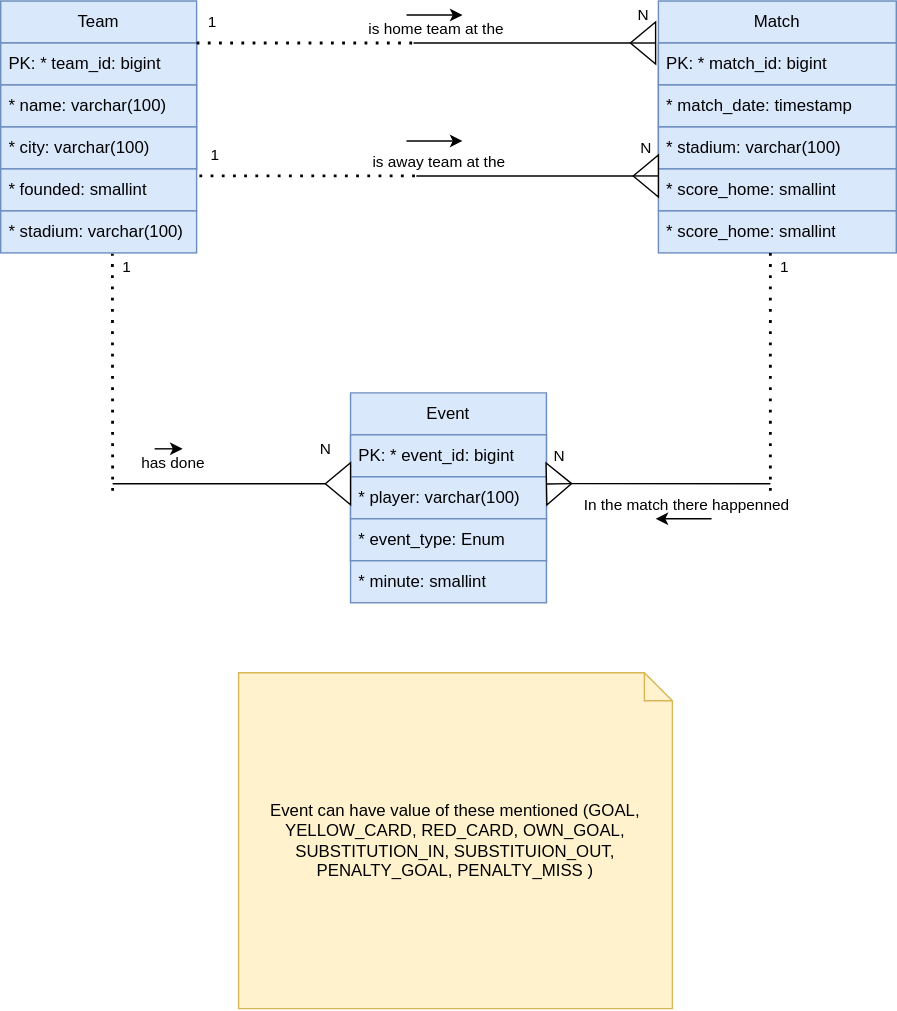
Before: database_model.svg, a diagram exported from draw.io (Dejf-dev/Livesport-Central-Data-Storage). Source tidied: cells renumbered, new cells last; positions are measured from the earlier drawing's top-left corner, leaving out a move shared by most shapes. Its diagram source:
```xml
<mxGraphModel>
  <root>
    <mxCell id="0" />
    <mxCell id="1" parent="0" />
    <mxCell id="2" value="Team" style="swimlane;fontStyle=0;horizontal=1;startSize=30;whiteSpace=wrap;html=1;fillColor=#dae8fc;strokeColor=#6c8ebf;" parent="1" vertex="1">
      <mxGeometry width="140" height="120" as="geometry" />
    </mxCell>
    <mxCell id="3" value="PK: * team_id: bigint" style="text;strokeColor=#6c8ebf;fillColor=#dae8fc;align=left;verticalAlign=middle;spacingLeft=4;spacingRight=4;overflow=hidden;whiteSpace=wrap;html=1;" parent="2" vertex="1">
      <mxGeometry y="30" width="140" height="30" as="geometry" />
    </mxCell>
    <mxCell id="4" value="* name: varchar(100)" style="text;strokeColor=#6c8ebf;fillColor=#dae8fc;align=left;verticalAlign=middle;spacingLeft=4;spacingRight=4;overflow=hidden;whiteSpace=wrap;html=1;" parent="2" vertex="1">
      <mxGeometry y="60" width="140" height="30" as="geometry" />
    </mxCell>
    <mxCell id="5" value="* city: varchar(100)" style="text;strokeColor=#6c8ebf;fillColor=#dae8fc;align=left;verticalAlign=middle;spacingLeft=4;spacingRight=4;overflow=hidden;whiteSpace=wrap;html=1;" parent="2" vertex="1">
      <mxGeometry y="90" width="140" height="30" as="geometry" />
    </mxCell>
    <mxCell id="6" value="Match" style="swimlane;fontStyle=0;horizontal=1;startSize=30;whiteSpace=wrap;html=1;fillColor=#dae8fc;strokeColor=#6c8ebf;" parent="1" vertex="1">
      <mxGeometry x="470" width="170" height="120" as="geometry" />
    </mxCell>
    <mxCell id="7" value="PK: * match_id: bigint" style="text;strokeColor=#6c8ebf;fillColor=#dae8fc;align=left;verticalAlign=middle;spacingLeft=4;spacingRight=4;overflow=hidden;whiteSpace=wrap;html=1;" parent="6" vertex="1">
      <mxGeometry y="30" width="170" height="30" as="geometry" />
    </mxCell>
    <mxCell id="8" value="* match_date: timestamp" style="text;strokeColor=#6c8ebf;fillColor=#dae8fc;align=left;verticalAlign=middle;spacingLeft=4;spacingRight=4;overflow=hidden;whiteSpace=wrap;html=1;" parent="6" vertex="1">
      <mxGeometry y="60" width="170" height="30" as="geometry" />
    </mxCell>
    <mxCell id="9" value="* stadium: varchar(100)" style="text;strokeColor=#6c8ebf;fillColor=#dae8fc;align=left;verticalAlign=middle;spacingLeft=4;spacingRight=4;overflow=hidden;whiteSpace=wrap;html=1;" parent="6" vertex="1">
      <mxGeometry y="90" width="170" height="30" as="geometry" />
    </mxCell>
    <mxCell id="10" value="Event" style="swimlane;fontStyle=0;horizontal=1;startSize=30;whiteSpace=wrap;html=1;fillColor=#dae8fc;strokeColor=#6c8ebf;" parent="1" vertex="1">
      <mxGeometry x="250" y="280" width="140" height="120" as="geometry" />
    </mxCell>
    <mxCell id="11" value="PK: * event_id: bigint" style="text;strokeColor=#6c8ebf;fillColor=#dae8fc;align=left;verticalAlign=middle;spacingLeft=4;spacingRight=4;overflow=hidden;whiteSpace=wrap;html=1;" parent="10" vertex="1">
      <mxGeometry y="30" width="140" height="30" as="geometry" />
    </mxCell>
    <mxCell id="12" value="* player: varchar(100)" style="text;strokeColor=#6c8ebf;fillColor=#dae8fc;align=left;verticalAlign=middle;spacingLeft=4;spacingRight=4;overflow=hidden;whiteSpace=wrap;html=1;" parent="10" vertex="1">
      <mxGeometry y="60" width="140" height="30" as="geometry" />
    </mxCell>
    <mxCell id="13" value="* event_type: Enum" style="text;strokeColor=#6c8ebf;fillColor=#dae8fc;align=left;verticalAlign=middle;spacingLeft=4;spacingRight=4;overflow=hidden;whiteSpace=wrap;html=1;" parent="10" vertex="1">
      <mxGeometry y="90" width="140" height="30" as="geometry" />
    </mxCell>
    <mxCell id="14" value="* founded: smallint" style="text;strokeColor=#6c8ebf;fillColor=#dae8fc;align=left;verticalAlign=middle;spacingLeft=4;spacingRight=4;overflow=hidden;whiteSpace=wrap;html=1;" parent="1" vertex="1">
      <mxGeometry y="120" width="140" height="30" as="geometry" />
    </mxCell>
    <mxCell id="15" value="* stadium: varchar(100)" style="text;strokeColor=#6c8ebf;fillColor=#dae8fc;align=left;verticalAlign=middle;spacingLeft=4;spacingRight=4;overflow=hidden;points=[[0,0.5],[1,0.5]];portConstraint=eastwest;whiteSpace=wrap;html=1;" parent="1" vertex="1">
      <mxGeometry y="150" width="140" height="30" as="geometry" />
    </mxCell>
    <mxCell id="16" value="* score_home: smallint" style="text;strokeColor=#6c8ebf;fillColor=#dae8fc;align=left;verticalAlign=middle;spacingLeft=4;spacingRight=4;overflow=hidden;whiteSpace=wrap;html=1;" parent="1" vertex="1">
      <mxGeometry x="470" y="120" width="170" height="30" as="geometry" />
    </mxCell>
    <mxCell id="17" value="* score_home: smallint" style="text;strokeColor=#6c8ebf;fillColor=#dae8fc;align=left;verticalAlign=middle;spacingLeft=4;spacingRight=4;overflow=hidden;whiteSpace=wrap;html=1;" parent="1" vertex="1">
      <mxGeometry x="470" y="150" width="170" height="30" as="geometry" />
    </mxCell>
    <mxCell id="18" value="* minute: smallint" style="text;strokeColor=#6c8ebf;fillColor=#dae8fc;align=left;verticalAlign=middle;spacingLeft=4;spacingRight=4;overflow=hidden;whiteSpace=wrap;html=1;" parent="1" vertex="1">
      <mxGeometry x="250" y="400" width="140" height="30" as="geometry" />
    </mxCell>
    <mxCell id="19" value="Event can have value of these mentioned (&lt;span style=&quot;text-align: left;&quot;&gt;GOAL, YELLOW_CARD, RED_CARD, OWN_GOAL, SUBSTITUTION_IN, SUBSTITUION_OUT, PENALTY_GOAL, PENALTY_MISS&amp;nbsp;&lt;/span&gt;)" style="shape=note;size=20;whiteSpace=wrap;html=1;fillColor=#fff2cc;strokeColor=#d6b656;" parent="1" vertex="1">
      <mxGeometry x="170" y="480" width="310" height="240" as="geometry" />
    </mxCell>
    <mxCell id="20" style="group;" parent="1" vertex="1">
      <mxGeometry x="140" y="30" width="310" as="geometry" />
    </mxCell>
    <mxCell id="21" style="endArrow=none;dashed=1;html=1;dashPattern=1 3;strokeWidth=2;rounded=0;" parent="20" edge="1">
      <mxGeometry relative="1" as="geometry">
        <mxPoint as="sourcePoint" />
        <mxPoint x="155" as="targetPoint" />
      </mxGeometry>
    </mxCell>
    <mxCell id="22" value="1" style="edgeLabel;html=1;align=center;verticalAlign=middle;" parent="21" vertex="1">
      <mxGeometry x="-0.7" y="-1" relative="1" as="geometry">
        <mxPoint x="-13" y="-16" as="offset" />
      </mxGeometry>
    </mxCell>
    <mxCell id="23" style="endArrow=none;html=1;rounded=0;" parent="20" edge="1">
      <mxGeometry relative="1" as="geometry">
        <mxPoint x="155" as="sourcePoint" />
        <mxPoint x="310" as="targetPoint" />
      </mxGeometry>
    </mxCell>
    <mxCell id="24" value="N" style="edgeLabel;html=1;align=center;verticalAlign=middle;" parent="23" vertex="1">
      <mxGeometry x="0.67" y="2" relative="1" as="geometry">
        <mxPoint x="34" y="-18" as="offset" />
      </mxGeometry>
    </mxCell>
    <mxCell id="25" value="is home team at the" style="edgeLabel;html=1;align=center;verticalAlign=middle;" parent="23" vertex="1">
      <mxGeometry x="-0.69" y="-1" relative="1" as="geometry">
        <mxPoint x="-9" y="-11" as="offset" />
      </mxGeometry>
    </mxCell>
    <mxCell id="26" style="group;rotation=-180;" parent="1" vertex="1">
      <mxGeometry x="450" y="15" width="18" height="30" as="geometry" />
    </mxCell>
    <mxCell id="27" style="triangle;whiteSpace=wrap;html=1;rotation=-180;" parent="26" vertex="1">
      <mxGeometry width="18" height="30" as="geometry" />
    </mxCell>
    <mxCell id="28" style="endArrow=none;html=1;rounded=0;entryX=1;entryY=0.5;entryDx=0;entryDy=0;exitX=0;exitY=0.5;exitDx=0;exitDy=0;" parent="26" edge="1" source="27" target="27">
      <mxGeometry relative="1" as="geometry" />
    </mxCell>
    <mxCell id="29" style="endArrow=none;dashed=1;html=1;dashPattern=1 3;strokeWidth=2;rounded=0;" parent="1" edge="1">
      <mxGeometry relative="1" as="geometry">
        <mxPoint x="142" y="125" as="sourcePoint" />
        <mxPoint x="297" y="125" as="targetPoint" />
      </mxGeometry>
    </mxCell>
    <mxCell id="30" value="1" style="edgeLabel;html=1;align=center;verticalAlign=middle;" parent="29" vertex="1">
      <mxGeometry x="-0.7" y="-1" relative="1" as="geometry">
        <mxPoint x="-13" y="-16" as="offset" />
      </mxGeometry>
    </mxCell>
    <mxCell id="31" style="endArrow=none;html=1;rounded=0;" parent="1" edge="1">
      <mxGeometry relative="1" as="geometry">
        <mxPoint x="297" y="125" as="sourcePoint" />
        <mxPoint x="452" y="125" as="targetPoint" />
      </mxGeometry>
    </mxCell>
    <mxCell id="32" value="N" style="edgeLabel;html=1;align=center;verticalAlign=middle;" parent="31" vertex="1">
      <mxGeometry x="0.67" y="2" relative="1" as="geometry">
        <mxPoint x="34" y="-18" as="offset" />
      </mxGeometry>
    </mxCell>
    <mxCell id="33" value="is away team at the" style="edgeLabel;html=1;align=center;verticalAlign=middle;" parent="31" vertex="1">
      <mxGeometry x="-0.69" y="-1" relative="1" as="geometry">
        <mxPoint x="-9" y="-11" as="offset" />
      </mxGeometry>
    </mxCell>
    <mxCell id="34" style="group;rotation=-180;" parent="1" vertex="1">
      <mxGeometry x="452" y="110" width="18" height="30" as="geometry" />
    </mxCell>
    <mxCell id="35" style="triangle;whiteSpace=wrap;html=1;rotation=-180;" parent="34" vertex="1">
      <mxGeometry width="18" height="30" as="geometry" />
    </mxCell>
    <mxCell id="36" style="endArrow=none;html=1;rounded=0;entryX=1;entryY=0.5;entryDx=0;entryDy=0;exitX=0;exitY=0.5;exitDx=0;exitDy=0;" parent="34" edge="1" source="35" target="35">
      <mxGeometry relative="1" as="geometry" />
    </mxCell>
    <mxCell id="37" style="endArrow=none;dashed=1;html=1;dashPattern=1 3;strokeWidth=2;rounded=0;" parent="1" edge="1">
      <mxGeometry relative="1" as="geometry">
        <mxPoint x="550" y="180" as="sourcePoint" />
        <mxPoint x="550" y="350" as="targetPoint" />
      </mxGeometry>
    </mxCell>
    <mxCell id="38" value="1" style="edgeLabel;html=1;align=center;verticalAlign=middle;" parent="37" vertex="1">
      <mxGeometry x="-0.18" y="1" relative="1" as="geometry">
        <mxPoint x="9" y="-60" as="offset" />
      </mxGeometry>
    </mxCell>
    <mxCell id="39" style="endArrow=none;html=1;rounded=0;entryX=1;entryY=0.5;entryDx=0;entryDy=0;" parent="1" edge="1" target="42">
      <mxGeometry relative="1" as="geometry">
        <mxPoint x="550" y="345" as="sourcePoint" />
      </mxGeometry>
    </mxCell>
    <mxCell id="40" value="N" style="edgeLabel;html=1;align=center;verticalAlign=middle;" parent="39" vertex="1">
      <mxGeometry x="0.82" relative="1" as="geometry">
        <mxPoint x="-22" y="-20" as="offset" />
      </mxGeometry>
    </mxCell>
    <mxCell id="41" value="In the match there happenned" style="edgeLabel;html=1;align=center;verticalAlign=middle;" parent="39" vertex="1">
      <mxGeometry x="-0.36" y="1" relative="1" as="geometry">
        <mxPoint x="-15" y="14" as="offset" />
      </mxGeometry>
    </mxCell>
    <mxCell id="42" style="triangle;whiteSpace=wrap;html=1;rotation=-1;" parent="1" vertex="1">
      <mxGeometry x="390" y="330" width="18" height="30" as="geometry" />
    </mxCell>
    <mxCell id="43" style="endArrow=none;html=1;rounded=0;entryX=1;entryY=0.5;entryDx=0;entryDy=0;exitX=0;exitY=0.5;exitDx=0;exitDy=0;" parent="1" edge="1" source="42" target="42">
      <mxGeometry relative="1" as="geometry" />
    </mxCell>
    <mxCell id="44" style="triangle;whiteSpace=wrap;html=1;rotation=-180;" parent="1" vertex="1">
      <mxGeometry x="232" y="330" width="18" height="30" as="geometry" />
    </mxCell>
    <mxCell id="45" style="endArrow=none;html=1;rounded=0;entryX=1;entryY=0.5;entryDx=0;entryDy=0;" parent="1" edge="1" target="44">
      <mxGeometry relative="1" as="geometry">
        <mxPoint x="80" y="345" as="sourcePoint" />
      </mxGeometry>
    </mxCell>
    <mxCell id="46" value="N" style="edgeLabel;html=1;align=center;verticalAlign=middle;" parent="45" vertex="1">
      <mxGeometry x="0.51" y="-2" relative="1" as="geometry">
        <mxPoint x="37" y="-27" as="offset" />
      </mxGeometry>
    </mxCell>
    <mxCell id="47" value="has done" style="edgeLabel;html=1;align=center;verticalAlign=middle;" parent="45" vertex="1">
      <mxGeometry x="-0.44" relative="1" as="geometry">
        <mxPoint y="-15" as="offset" />
      </mxGeometry>
    </mxCell>
    <mxCell id="48" style="endArrow=none;dashed=1;html=1;dashPattern=1 3;strokeWidth=2;rounded=0;entryX=0.57;entryY=1.019;entryDx=0;entryDy=0;entryPerimeter=0;" parent="1" edge="1" target="15">
      <mxGeometry relative="1" as="geometry">
        <mxPoint x="80" y="350" as="sourcePoint" />
      </mxGeometry>
    </mxCell>
    <mxCell id="49" value="1" style="edgeLabel;html=1;align=center;verticalAlign=middle;" parent="48" vertex="1">
      <mxGeometry x="0.75" y="-1" relative="1" as="geometry">
        <mxPoint x="9" y="-12" as="offset" />
      </mxGeometry>
    </mxCell>
    <mxCell id="50" style="endArrow=classic;html=1;rounded=0;" parent="1" edge="1">
      <mxGeometry relative="1" as="geometry">
        <mxPoint x="290" y="10" as="sourcePoint" />
        <mxPoint x="330" y="10" as="targetPoint" />
      </mxGeometry>
    </mxCell>
    <mxCell id="51" style="endArrow=classic;html=1;rounded=0;" parent="1" edge="1">
      <mxGeometry relative="1" as="geometry">
        <mxPoint x="290" y="100" as="sourcePoint" />
        <mxPoint x="330" y="100" as="targetPoint" />
      </mxGeometry>
    </mxCell>
    <mxCell id="52" style="endArrow=classic;html=1;rounded=0;" parent="1" edge="1">
      <mxGeometry relative="1" as="geometry">
        <mxPoint x="110" y="320" as="sourcePoint" />
        <mxPoint x="130" y="320" as="targetPoint" />
      </mxGeometry>
    </mxCell>
    <mxCell id="53" style="endArrow=classic;html=1;rounded=0;" parent="1" edge="1">
      <mxGeometry relative="1" as="geometry">
        <mxPoint x="508" y="370" as="sourcePoint" />
        <mxPoint x="468" y="370" as="targetPoint" />
      </mxGeometry>
    </mxCell>
  </root>
</mxGraphModel>
```
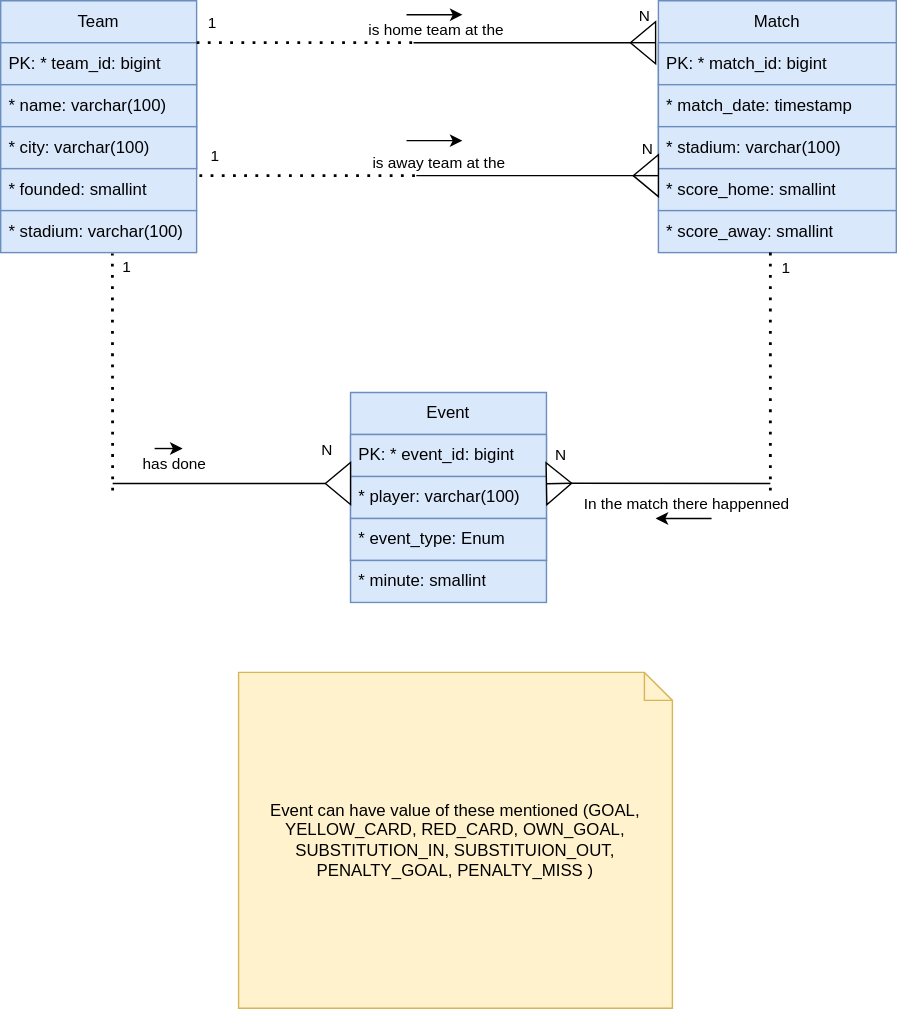
Later version of the same file.

Commit message:
update database model

What changed in the source:
```diff
@@ -47,7 +47,7 @@
     <mxCell id="16" value="* score_home: smallint" style="text;strokeColor=#6c8ebf;fillColor=#dae8fc;align=left;verticalAlign=middle;spacingLeft=4;spacingRight=4;overflow=hidden;whiteSpace=wrap;html=1;" parent="1" vertex="1">
       <mxGeometry x="470" y="120" width="170" height="30" as="geometry" />
     </mxCell>
-    <mxCell id="17" value="* score_home: smallint" style="text;strokeColor=#6c8ebf;fillColor=#dae8fc;align=left;verticalAlign=middle;spacingLeft=4;spacingRight=4;overflow=hidden;whiteSpace=wrap;html=1;" parent="1" vertex="1">
+    <mxCell id="17" value="* score_away: smallint" style="text;strokeColor=#6c8ebf;fillColor=#dae8fc;align=left;verticalAlign=middle;spacingLeft=4;spacingRight=4;overflow=hidden;whiteSpace=wrap;html=1;" parent="1" vertex="1">
       <mxGeometry x="470" y="150" width="170" height="30" as="geometry" />
     </mxCell>
     <mxCell id="18" value="* minute: smallint" style="text;strokeColor=#6c8ebf;fillColor=#dae8fc;align=left;verticalAlign=middle;spacingLeft=4;spacingRight=4;overflow=hidden;whiteSpace=wrap;html=1;" parent="1" vertex="1">
```
